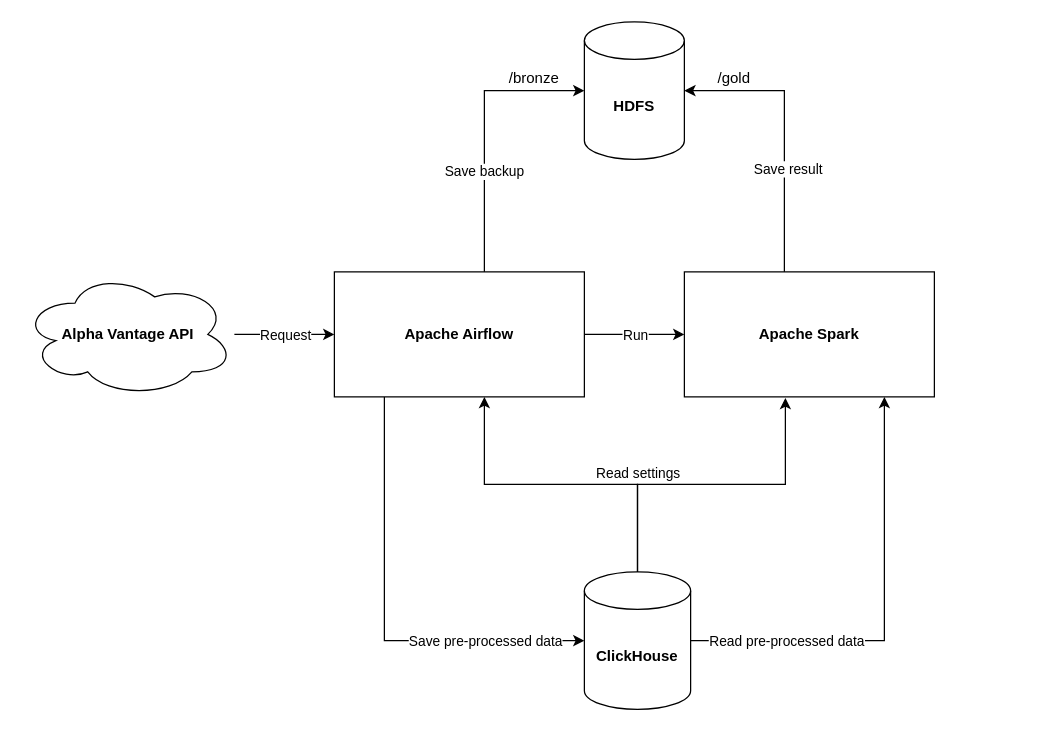
Earlier version of the draw.io diagram docs/diagram.drawio (data-engineer-course/stocash). Source tidied: cells renumbered, new cells numbered last; positions are measured from the earlier drawing's top-left corner, leaving out a move shared by most shapes. Both pictures are drawn from the tidied source at 125%, with x=0, y=0 at pixel (21, 21).
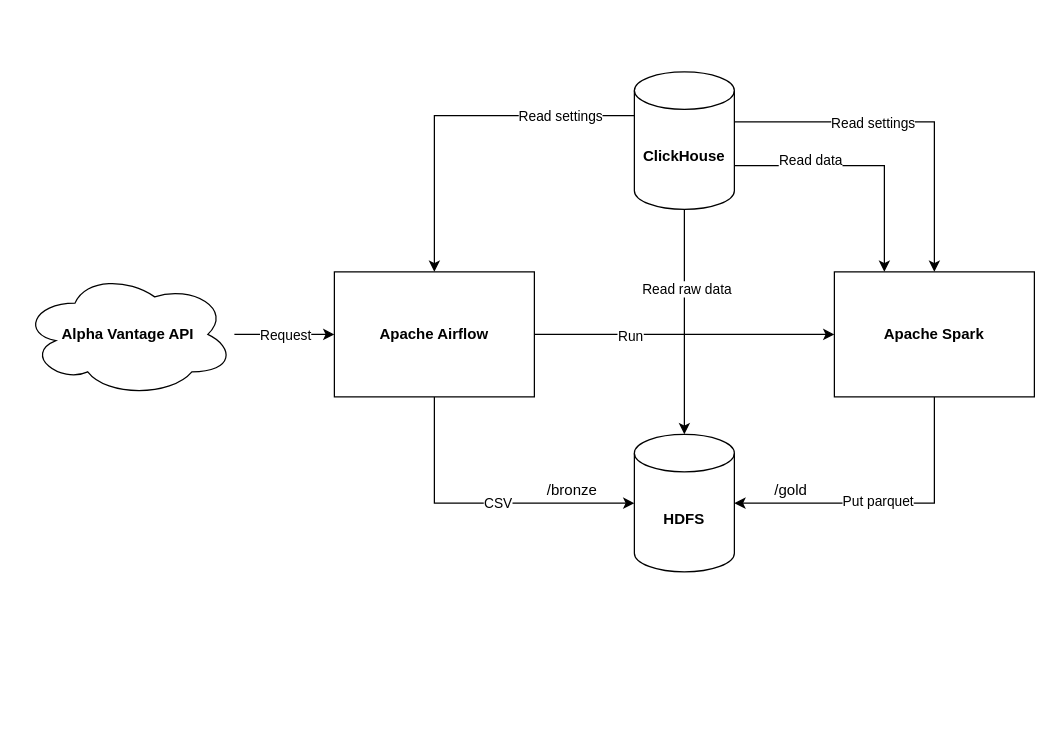
The same diagram, later.

The change refers to these unchanged cells:
```xml
<mxCell id="11" style="edgeStyle=orthogonalEdgeStyle;rounded=0;jettySize=auto;html=1;entryX=0;entryY=0.5;entryDx=0;entryDy=0;" parent="1" edge="1" source="12" target="16">
  <mxGeometry relative="1" as="geometry" />
</mxCell>
```

Change to the diagram source:
```diff
@@
-    <mxCell id="2" style="edgeStyle=orthogonalEdgeStyle;rounded=0;jettySize=auto;html=1;" parent="1" edge="1" source="7" target="16">
+    <mxCell id="2" style="edgeStyle=orthogonalEdgeStyle;rounded=0;jettySize=auto;html=1;exitX=1;exitY=0;exitDx=0;exitDy=75;exitPerimeter=0;" parent="1" edge="1" source="7" target="16">
       <mxGeometry relative="1" as="geometry">
         <Array as="points">
-          <mxPoint x="690" y="495" />
+          <mxPoint x="690" y="115" />
         </Array>
       </mxGeometry>
     </mxCell>
-    <mxCell id="3" value="Read pre-processed data" style="edgeLabel;html=1;align=center;verticalAlign=middle;" parent="2" vertex="1">
+    <mxCell id="3" value="Read data" style="edgeLabel;html=1;align=center;verticalAlign=middle;" parent="2" vertex="1">
       <mxGeometry x="-0.81" y="-2" relative="1" as="geometry">
-        <mxPoint x="43" y="-2" as="offset" />
+        <mxPoint x="41" y="-7" as="offset" />
       </mxGeometry>
     </mxCell>
-    <mxCell id="4" style="edgeStyle=orthogonalEdgeStyle;rounded=0;jettySize=auto;html=1;" parent="1" edge="1" source="7" target="12">
+    <mxCell id="4" style="edgeStyle=orthogonalEdgeStyle;rounded=0;jettySize=auto;html=1;exitX=0;exitY=0;exitDx=0;exitDy=35;exitPerimeter=0;" parent="1" edge="1" source="7" target="12">
       <mxGeometry relative="1" as="geometry">
         <Array as="points">
-          <mxPoint x="493" y="370" />
-          <mxPoint x="370" y="370" />
+          <mxPoint x="330" y="75" />
         </Array>
       </mxGeometry>
     </mxCell>
     <mxCell id="5" value="Read settings" style="edgeLabel;html=1;align=center;verticalAlign=middle;" parent="4" vertex="1">
       <mxGeometry x="-0.39" y="2" relative="1" as="geometry">
-        <mxPoint x="10" y="-12" as="offset" />
+        <mxPoint x="27" y="-2" as="offset" />
       </mxGeometry>
     </mxCell>
-    <mxCell id="6" style="edgeStyle=orthogonalEdgeStyle;rounded=0;jettySize=auto;html=1;entryX=0.404;entryY=1.008;entryDx=0;entryDy=0;entryPerimeter=0;" parent="1" edge="1" source="7" target="16">
-      <mxGeometry relative="1" as="geometry" />
+    <mxCell id="6" style="edgeStyle=orthogonalEdgeStyle;rounded=0;jettySize=auto;html=1;entryX=0.5;entryY=0;entryDx=0;entryDy=0;" parent="1" edge="1" source="7" target="16">
+      <mxGeometry relative="1" as="geometry">
+        <Array as="points">
+          <mxPoint x="730" y="80" />
+        </Array>
+      </mxGeometry>
     </mxCell>
+    <mxCell id="24" style="edgeStyle=orthogonalEdgeStyle;rounded=0;jettySize=auto;html=1;exitX=0.5;exitY=1;exitDx=0;exitDy=0;exitPerimeter=0;entryX=0.5;entryY=0;entryDx=0;entryDy=0;entryPerimeter=0;" parent="1" edge="1" source="7" target="20">
+      <mxGeometry relative="1" as="geometry" />
+    </mxCell>
+    <mxCell id="25" value="Read raw data" style="edgeLabel;html=1;align=center;verticalAlign=middle;" parent="24" vertex="1">
+      <mxGeometry x="-0.3" y="1" relative="1" as="geometry" />
+    </mxCell>
     <mxCell id="7" value="ClickHouse" style="shape=cylinder3;whiteSpace=wrap;html=1;boundedLbl=1;backgroundOutline=1;size=15;fontStyle=1;" parent="1" vertex="1">
-      <mxGeometry x="450" y="440" width="85" height="110" as="geometry" />
+      <mxGeometry x="490" y="40" width="80" height="110" as="geometry" />
     </mxCell>
     <mxCell id="8" style="edgeStyle=orthogonalEdgeStyle;rounded=0;jettySize=auto;html=1;entryX=0;entryY=0.5;entryDx=0;entryDy=0;entryPerimeter=0;" parent="1" edge="1" source="12" target="20">
       <mxGeometry relative="1" as="geometry">
         <Array as="points">
-          <mxPoint x="370" y="55" />
+          <mxPoint x="330" y="385" />
         </Array>
       </mxGeometry>
     </mxCell>
-    <mxCell id="9" value="Save backup" style="edgeLabel;html=1;align=center;verticalAlign=middle;" parent="8" vertex="1">
-      <mxGeometry x="-0.28" y="1" relative="1" as="geometry" />
+    <mxCell id="9" value="CSV" style="edgeLabel;html=1;align=center;verticalAlign=middle;" parent="8" vertex="1">
+      <mxGeometry x="-0.28" y="1" relative="1" as="geometry">
+        <mxPoint x="47" as="offset" />
+      </mxGeometry>
     </mxCell>
-    <mxCell id="10" style="edgeStyle=orthogonalEdgeStyle;rounded=0;jettySize=auto;html=1;entryX=0;entryY=0.5;entryDx=0;entryDy=0;entryPerimeter=0;" parent="1" edge="1" source="12" target="7">
-      <mxGeometry relative="1" as="geometry">
-        <Array as="points">
-          <mxPoint x="290" y="495" />
-        </Array>
-      </mxGeometry>
-    </mxCell>
@@
+    <mxCell id="15" value="Run" style="edgeLabel;html=1;align=center;verticalAlign=middle;" parent="11" vertex="1">
+      <mxGeometry x="-0.37" y="-1" relative="1" as="geometry" />
+    </mxCell>
     <mxCell id="12" value="Apache Airflow" style="rounded=0;whiteSpace=wrap;html=1;fontStyle=1;" parent="1" vertex="1">
-      <mxGeometry x="250" y="200" width="200" height="100" as="geometry" />
+      <mxGeometry x="250" y="200" width="160" height="100" as="geometry" />
     </mxCell>
     <mxCell id="13" style="edgeStyle=orthogonalEdgeStyle;rounded=0;jettySize=auto;html=1;entryX=1;entryY=0.5;entryDx=0;entryDy=0;entryPerimeter=0;" parent="1" edge="1" source="16" target="20">
       <mxGeometry relative="1" as="geometry">
         <Array as="points">
-          <mxPoint x="610" y="55" />
+          <mxPoint x="730" y="385" />
         </Array>
       </mxGeometry>
     </mxCell>
-    <mxCell id="14" value="Save result" style="edgeLabel;html=1;align=center;verticalAlign=middle;" parent="13" vertex="1">
-      <mxGeometry x="-0.26" y="-2" relative="1" as="geometry" />
+    <mxCell id="14" value="Put parquet" style="edgeLabel;html=1;align=center;verticalAlign=middle;" parent="13" vertex="1">
+      <mxGeometry x="-0.26" y="-2" relative="1" as="geometry">
+        <mxPoint x="-40" as="offset" />
+      </mxGeometry>
     </mxCell>
-    <mxCell id="15" value="Run" style="edgeLabel;html=1;align=center;verticalAlign=middle;" parent="13" vertex="1">
-      <mxGeometry x="-0.72" y="-2" relative="1" as="geometry">
-        <mxPoint x="-122" y="82" as="offset" />
-      </mxGeometry>
-    </mxCell>
     <mxCell id="16" value="Apache Spark" style="rounded=0;whiteSpace=wrap;html=1;fontStyle=1;" parent="1" vertex="1">
-      <mxGeometry x="530" y="200" width="200" height="100" as="geometry" />
+      <mxGeometry x="650" y="200" width="160" height="100" as="geometry" />
     </mxCell>
@@
     <mxCell id="20" value="HDFS" style="shape=cylinder3;whiteSpace=wrap;html=1;boundedLbl=1;backgroundOutline=1;size=15;fontStyle=1;" parent="1" vertex="1">
-      <mxGeometry x="450" width="80" height="110" as="geometry" />
+      <mxGeometry x="490" y="330" width="80" height="110" as="geometry" />
     </mxCell>
+    <mxCell id="26" value="Read settings" style="edgeLabel;html=1;align=center;verticalAlign=middle;" parent="1" vertex="1">
+      <mxGeometry x="680" y="80" as="geometry" />
+    </mxCell>
-    <mxCell id="21" value="/bronze" style="text;html=1;strokeColor=none;fillColor=none;align=center;verticalAlign=middle;whiteSpace=wrap;rounded=0;" parent="1" vertex="1">
-      <mxGeometry x="380" y="30" width="60" height="30" as="geometry" />
+    <mxCell id="21" value="/bronze" style="text;html=1;align=center;verticalAlign=middle;strokeColor=none;fillColor=none;" parent="1" vertex="1">
+      <mxGeometry x="410" y="360" width="60" height="30" as="geometry" />
     </mxCell>
-    <mxCell id="22" value="/gold" style="text;html=1;strokeColor=none;fillColor=none;align=center;verticalAlign=middle;whiteSpace=wrap;rounded=0;" parent="1" vertex="1">
-      <mxGeometry x="540" y="30" width="60" height="30" as="geometry" />
+    <mxCell id="22" value="/gold" style="text;html=1;align=center;verticalAlign=middle;strokeColor=none;fillColor=none;" parent="1" vertex="1">
+      <mxGeometry x="590" y="360" width="50" height="30" as="geometry" />
     </mxCell>
-    <mxCell id="23" value="Save pre-processed data" style="edgeLabel;html=1;align=center;verticalAlign=middle;" parent="1" vertex="1">
-      <mxGeometry x="370" y="495" as="geometry" />
-    </mxCell>
```
